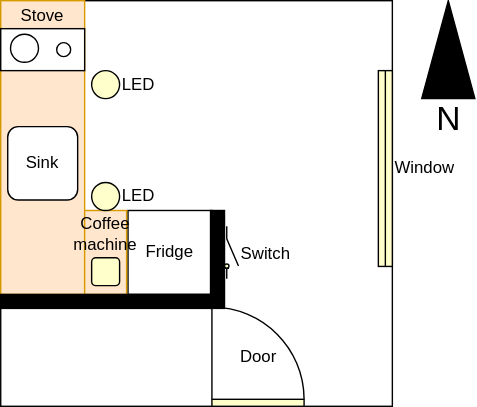
kovandzhiev/Kitchen-Lighting keeps this draw.io diagram as images/Kitchen-lighting-problem.drawio.svg. Above is the earlier version. Source tidied: cells renumbered, new cells last; positions are measured from the earlier drawing's top-left corner, leaving out a move shared by most shapes.
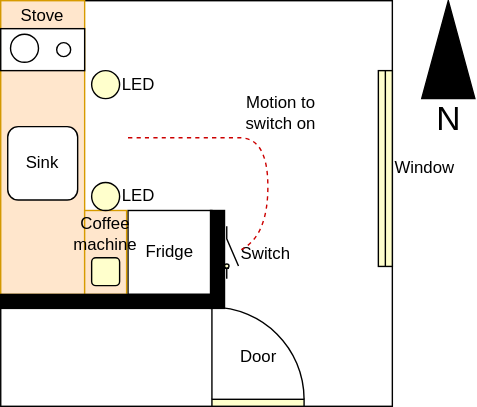
Above is the later version.

The edit, as a diff of the source:
```diff
@@ -62,5 +62,17 @@
     <mxCell id="20" value="Coffee&lt;br&gt;machine" style="rounded=1;whiteSpace=wrap;html=1;strokeColor=default;fontSize=12;fillColor=#FFFFCC;gradientColor=none;labelPosition=center;verticalLabelPosition=top;align=center;verticalAlign=bottom;labelBackgroundColor=none;labelBorderColor=none;" parent="1" vertex="1">
       <mxGeometry x="65" y="183.8" width="20" height="20" as="geometry" />
     </mxCell>
+    <mxCell id="21" value="Motion to &lt;br&gt;switch on" style="endArrow=none;dashed=1;html=1;fontSize=12;curved=1;jumpStyle=arc;strokeColor=#CC0000;" parent="1" edge="1">
+      <mxGeometry x="0.04" y="20" relative="1" as="geometry">
+        <mxPoint x="91" y="98" as="sourcePoint" />
+        <mxPoint x="172" y="178" as="targetPoint" />
+        <Array as="points">
+          <mxPoint x="151" y="98" />
+          <mxPoint x="191" y="98" />
+          <mxPoint x="191" y="168" />
+        </Array>
+        <mxPoint x="-11" y="-18" as="offset" />
+      </mxGeometry>
+    </mxCell>
   </root>
 </mxGraphModel>
```
